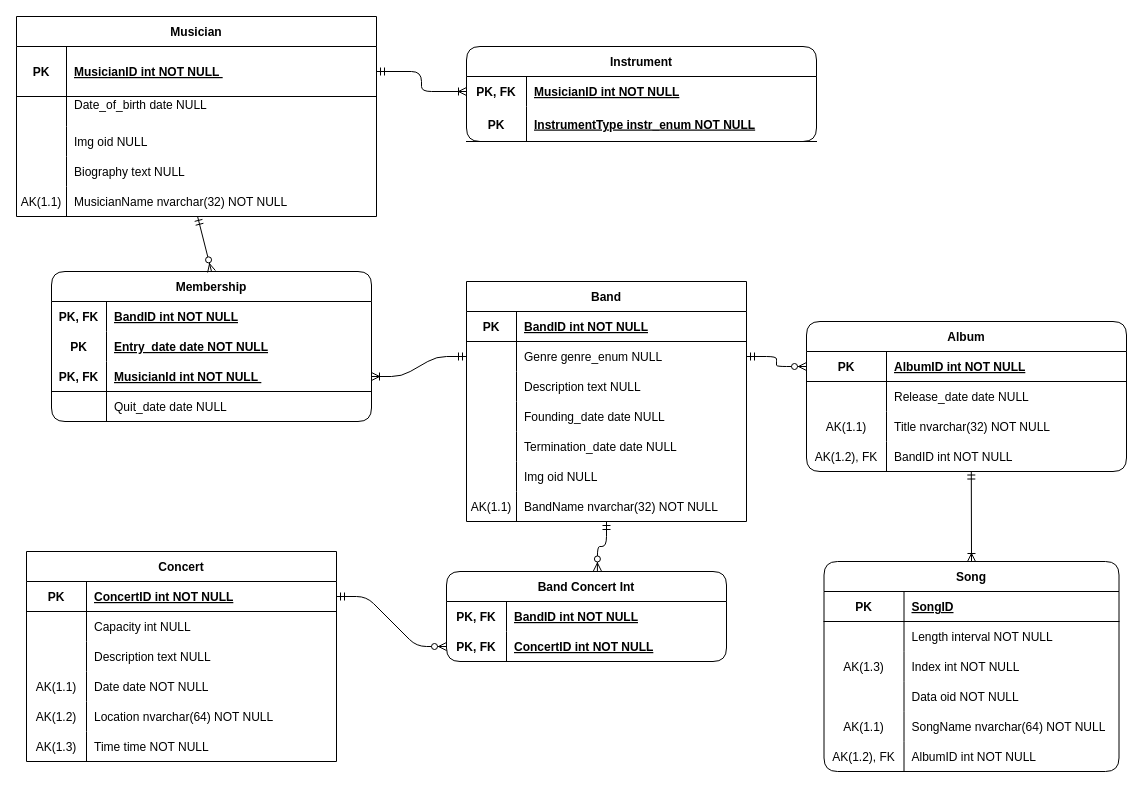
This is Rel v2.drawio from frussian/MusicStreaming, a draw.io file, before an edit. Source tidied: cells renumbered, new cells numbered last; positions are measured from the earlier drawing's top-left corner, leaving out a move shared by most shapes. Both pictures are drawn from the tidied source at 100%, with x=0, y=0 at pixel (16, 16).
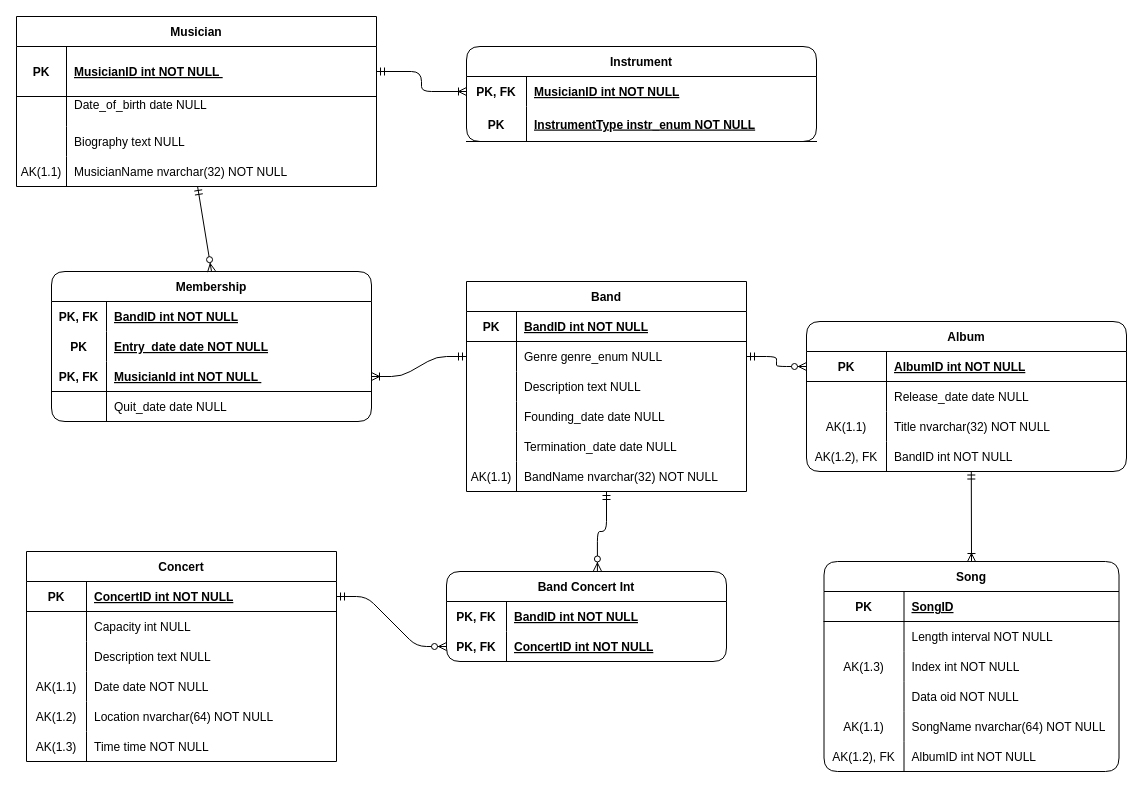
The same page after the edit.

Diff of the diagram source:
```diff
@@
     <mxCell id="9" value="Musician" style="shape=table;startSize=30;childLayout=tableLayout;rowLines=0;fontStyle=1;align=center;" parent="1" vertex="1">
-      <mxGeometry width="360" height="200" as="geometry" />
+      <mxGeometry width="360" height="170" as="geometry" />
     </mxCell>
@@
-    <mxCell id="16" style="shape=partialRectangle;fillColor=none;top=0;left=0;right=0;bottom=0;" parent="9" vertex="1">
-      <mxGeometry y="110" width="360" height="30" as="geometry" />
-    </mxCell>
-    <mxCell id="17" style="shape=partialRectangle;overflow=hidden;fillColor=none;top=0;left=0;bottom=0;right=0;" parent="16" vertex="1">
-      <mxGeometry width="50" height="30" as="geometry" />
-    </mxCell>
-    <mxCell id="18" value="Img oid NULL" style="shape=partialRectangle;overflow=hidden;fillColor=none;top=0;left=0;bottom=0;right=0;align=left;spacingLeft=6;fontStyle=0;" parent="16" vertex="1">
-      <mxGeometry x="50" width="310" height="30" as="geometry" />
-    </mxCell>
     <mxCell id="19" style="shape=partialRectangle;fillColor=none;top=0;left=0;right=0;bottom=0;" parent="9" vertex="1">
-      <mxGeometry y="140" width="360" height="30" as="geometry" />
+      <mxGeometry y="110" width="360" height="30" as="geometry" />
     </mxCell>
@@
     <mxCell id="22" style="shape=partialRectangle;fillColor=none;points=[[0,0.5],[1,0.5]];portConstraint=eastwest;top=0;left=0;right=0;bottom=0;" parent="9" vertex="1">
-      <mxGeometry y="170" width="360" height="30" as="geometry" />
+      <mxGeometry y="140" width="360" height="30" as="geometry" />
     </mxCell>
@@
     <mxCell id="39" value="Band" style="shape=table;startSize=30;childLayout=tableLayout;rowLines=0;fontStyle=1;align=center;rounded=0;fillColor=none;shadow=0;sketch=0;" parent="1" vertex="1">
-      <mxGeometry x="450" y="265" width="280" height="240" as="geometry" />
+      <mxGeometry x="450" y="265" width="280" height="210" as="geometry" />
     </mxCell>
@@
-    <mxCell id="55" style="shape=partialRectangle;fillColor=none;top=0;left=0;right=0;bottom=0;" parent="39" vertex="1">
-      <mxGeometry y="180" width="280" height="30" as="geometry" />
-    </mxCell>
-    <mxCell id="56" style="shape=partialRectangle;overflow=hidden;fillColor=none;top=0;left=0;bottom=0;right=0;" parent="55" vertex="1">
-      <mxGeometry width="50" height="30" as="geometry" />
-    </mxCell>
-    <mxCell id="57" value="Img oid NULL" style="shape=partialRectangle;overflow=hidden;fillColor=none;top=0;left=0;bottom=0;right=0;align=left;spacingLeft=6;fontStyle=0;" parent="55" vertex="1">
-      <mxGeometry x="50" width="230" height="30" as="geometry" />
-    </mxCell>
     <mxCell id="58" style="shape=partialRectangle;fillColor=none;top=0;left=0;bottom=0;right=0;" parent="39" vertex="1">
-      <mxGeometry y="210" width="280" height="30" as="geometry" />
+      <mxGeometry y="180" width="280" height="30" as="geometry" />
     </mxCell>
```
